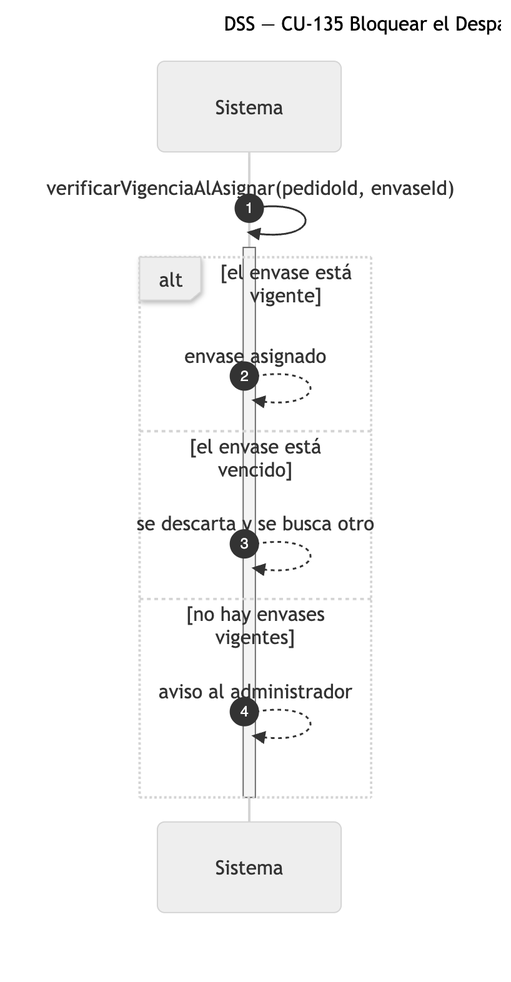
Earlier version of the Mermaid export diagramas/png/DSS_CU-135_Bloquear-el-Despacho-de-un-Envase-Vencido.png (Nahuelito-Dev/splg-docs). Its source is kept beside it as diagramas/DSS_CU-135_Bloquear-el-Despacho-de-un-Envase-Vencido.mmd.
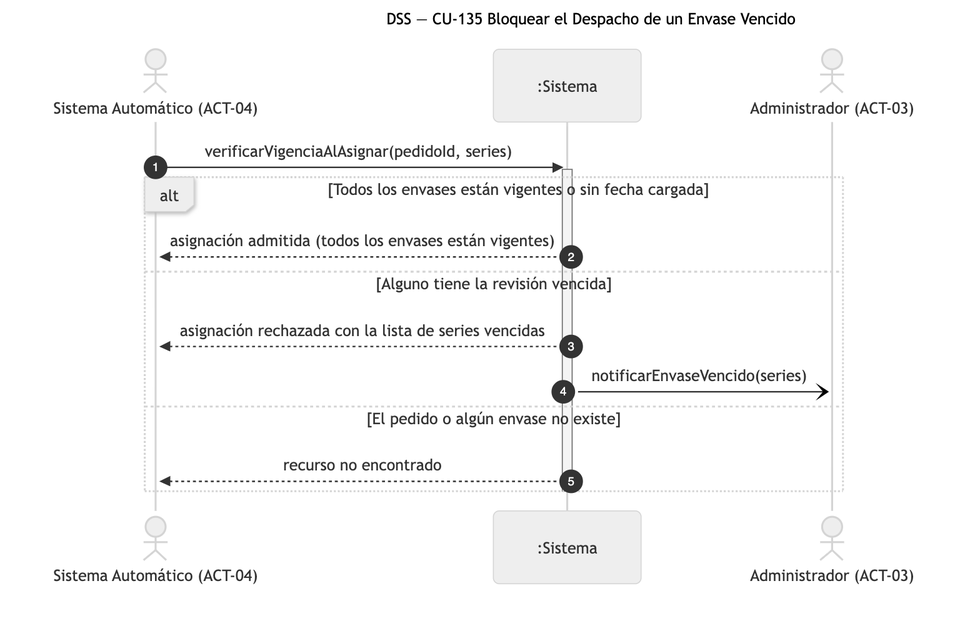
After the change.

Change to the diagram source:
```diff
@@ -1,16 +1,18 @@
 sequenceDiagram
     title DSS — CU-135 Bloquear el Despacho de un Envase Vencido
     autonumber
-    actor SIS as Sistema Automático
-    participant SIS as Sistema
+    actor SAU as Sistema Automático (ACT-04)
+    participant SIS as :Sistema
+    actor ADM as Administrador (ACT-03)
 
-    SIS->>SIS: verificarVigenciaAlAsignar(pedidoId, envaseId)
+    SAU->>SIS: verificarVigenciaAlAsignar(pedidoId, series)
     activate SIS
-    alt el envase está vigente
-        SIS-->>SIS: envase asignado
-    else el envase está vencido
-        SIS-->>SIS: se descarta y se busca otro
-    else no hay envases vigentes
-        SIS-->>SIS: aviso al administrador
+    alt Todos los envases están vigentes o sin fecha cargada
+        SIS-->>SAU: asignación admitida (todos los envases están vigentes)
+    else Alguno tiene la revisión vencida
+        SIS-->>SAU: asignación rechazada con la lista de series vencidas
+        SIS-)ADM: notificarEnvaseVencido(series)
+    else El pedido o algún envase no existe
+        SIS-->>SAU: recurso no encontrado
     end
     deactivate SIS
```
